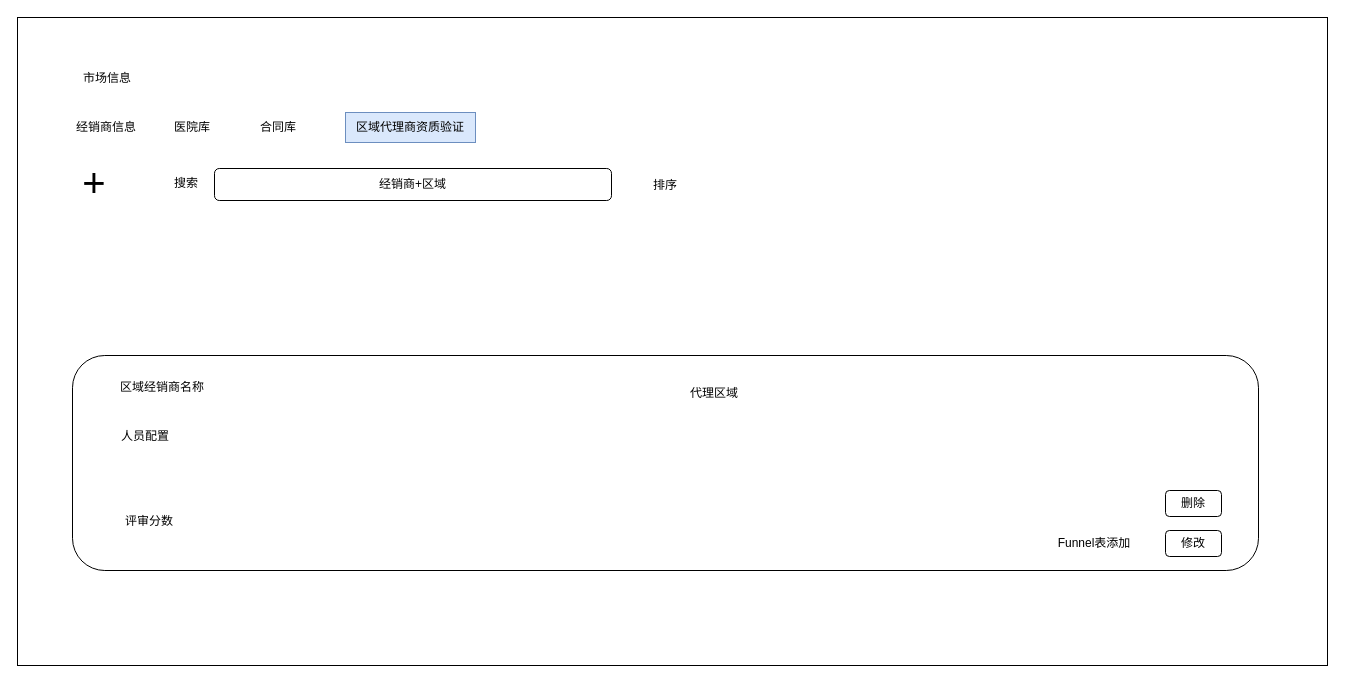
The draw.io diagram page "区域代理经销商" (4 of 6) of 泰加市场.drawio in cangwang/news, before the edit. Source tidied: cells renumbered, new cells numbered last; positions are measured from the earlier drawing's top-left corner, leaving out a move shared by most shapes. Both pictures are drawn from the tidied source at 100%, with x=0, y=0 at pixel (17, 17).
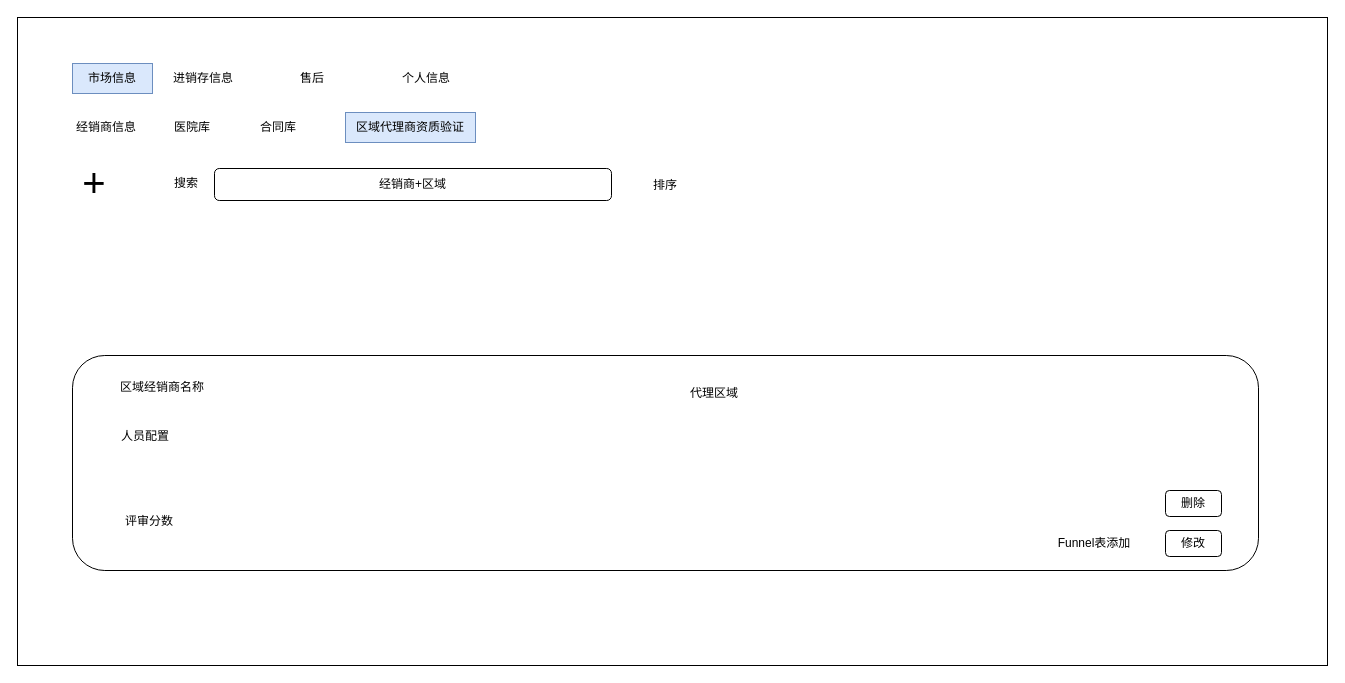
Above is the later version.

Diff of the diagram source:
```diff
@@
-    <mxCell id="3" value="市场信息" style="text;html=1;strokeColor=none;fillColor=none;align=center;verticalAlign=middle;whiteSpace=wrap;rounded=0;" parent="1" vertex="1">
-      <mxGeometry x="50" y="46" width="80" height="30" as="geometry" />
-    </mxCell>
@@
+    <mxCell id="3" value="市场信息" style="text;html=1;strokeColor=#6c8ebf;fillColor=#dae8fc;align=center;verticalAlign=middle;whiteSpace=wrap;rounded=0;" parent="1" vertex="1">
+      <mxGeometry x="55" y="46" width="80" height="30" as="geometry" />
+    </mxCell>
+    <mxCell id="20" value="进销存信息" style="text;html=1;align=center;verticalAlign=middle;whiteSpace=wrap;rounded=0;" parent="1" vertex="1">
+      <mxGeometry x="146" y="46" width="80" height="30" as="geometry" />
+    </mxCell>
+    <mxCell id="21" value="售后" style="text;html=1;strokeColor=none;fillColor=none;align=center;verticalAlign=middle;whiteSpace=wrap;rounded=0;" parent="1" vertex="1">
+      <mxGeometry x="255" y="46" width="80" height="30" as="geometry" />
+    </mxCell>
+    <mxCell id="22" value="个人信息" style="text;html=1;strokeColor=none;fillColor=none;align=center;verticalAlign=middle;whiteSpace=wrap;rounded=0;" parent="1" vertex="1">
+      <mxGeometry x="369" y="46" width="80" height="30" as="geometry" />
+    </mxCell>
```
